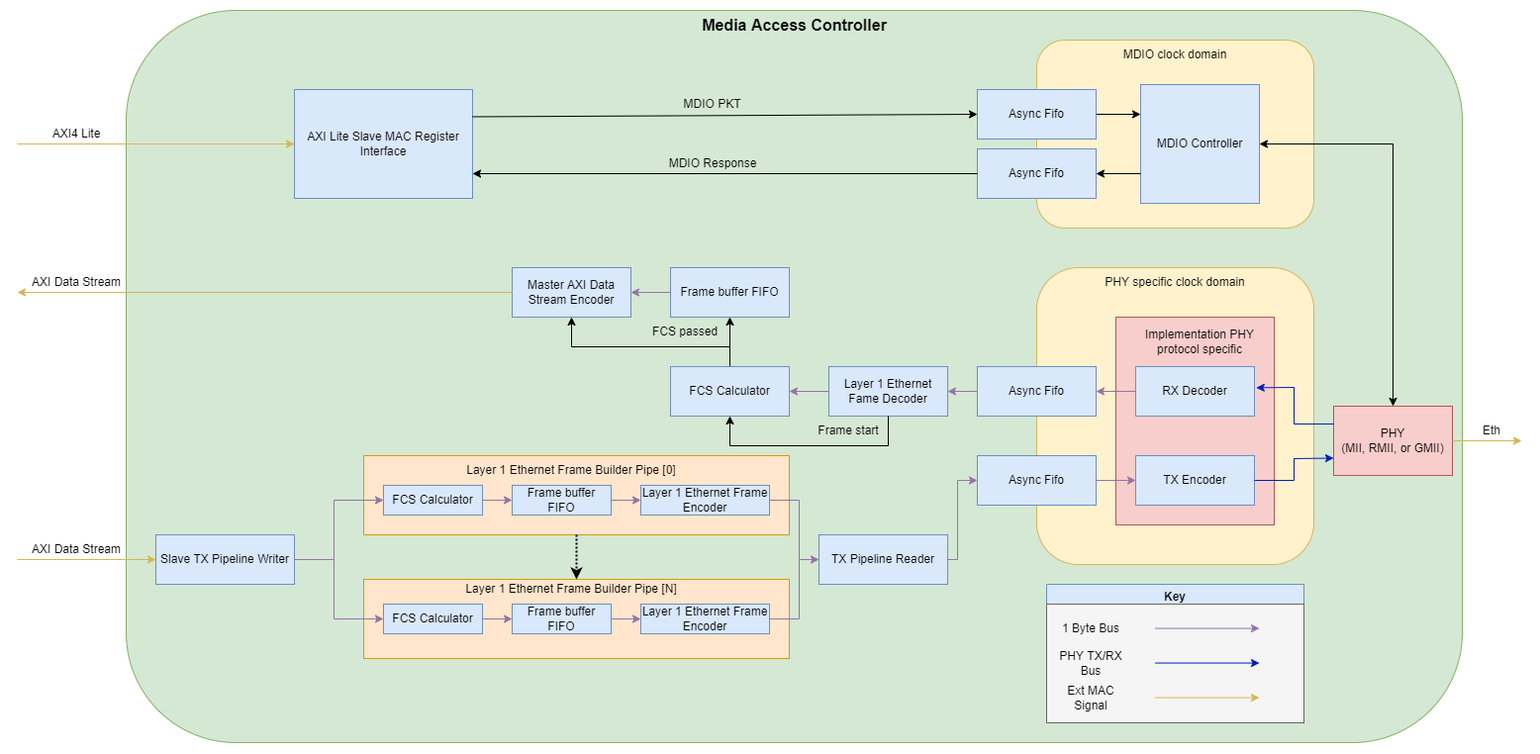
RiceShelley/EtherNIC keeps this draw.io diagram as doc/MAC_diagram.png. Above is the earlier version. Source tidied: cells renumbered, new cells last; positions are measured from the earlier drawing's top-left corner, leaving out a move shared by most shapes.
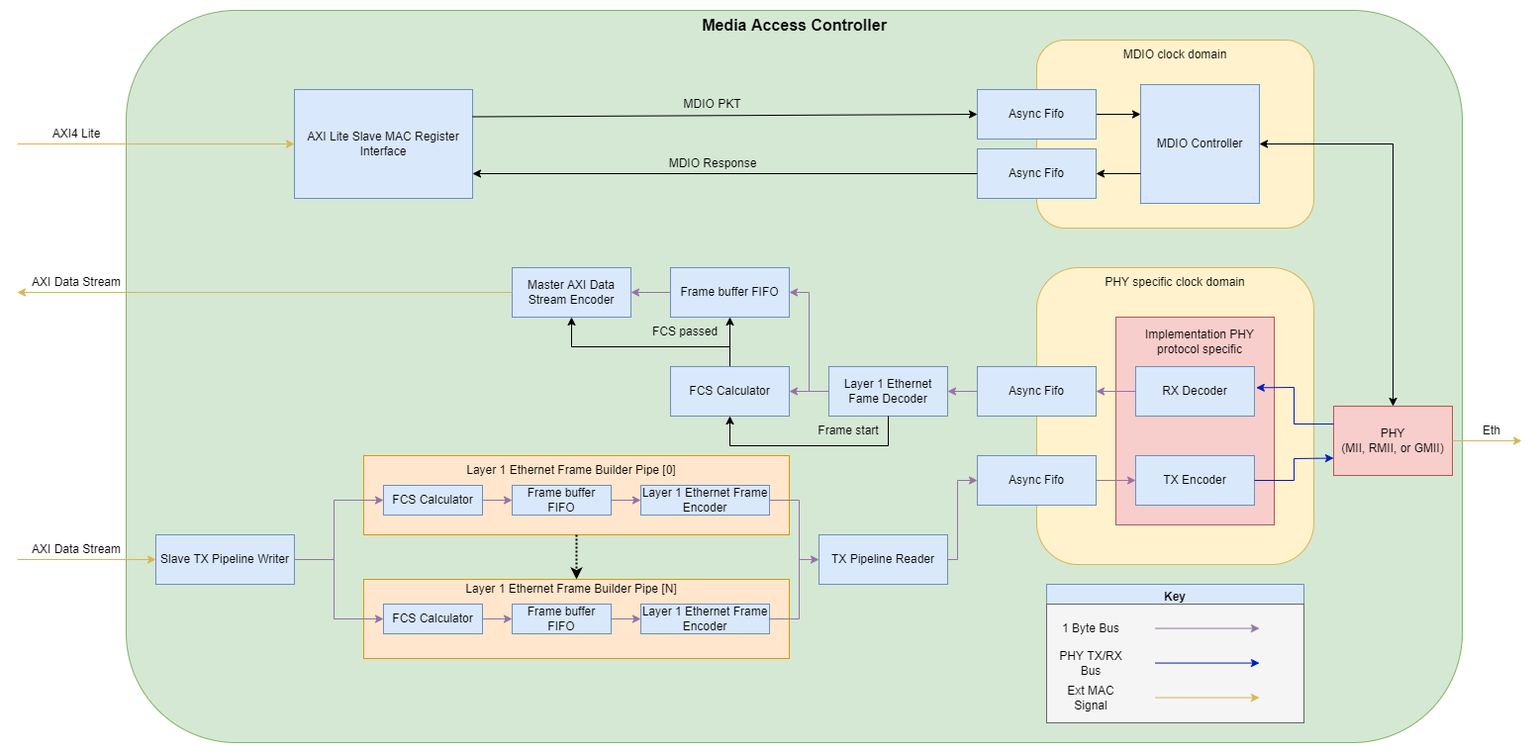
Later version of the same file.

Commit message:
fixed mistake in MAC Block Diagram

The edit, as a diff of the source:
```diff
@@ -308,5 +308,13 @@
         <mxPoint x="215" y="114.6" as="targetPoint" />
       </mxGeometry>
     </mxCell>
+    <mxCell id="81" style="endArrow=classic;html=1;rounded=0;fontSize=12;strokeWidth=1;entryX=1;entryY=0.5;entryDx=0;entryDy=0;exitX=0;exitY=0.5;exitDx=0;exitDy=0;fillColor=#e1d5e7;strokeColor=#9673a6;" parent="1" edge="1" source="20" target="24">
+      <mxGeometry relative="1" as="geometry">
+        <Array as="points">
+          <mxPoint x="800" y="385" />
+          <mxPoint x="800" y="285" />
+        </Array>
+      </mxGeometry>
+    </mxCell>
   </root>
 </mxGraphModel>
```
